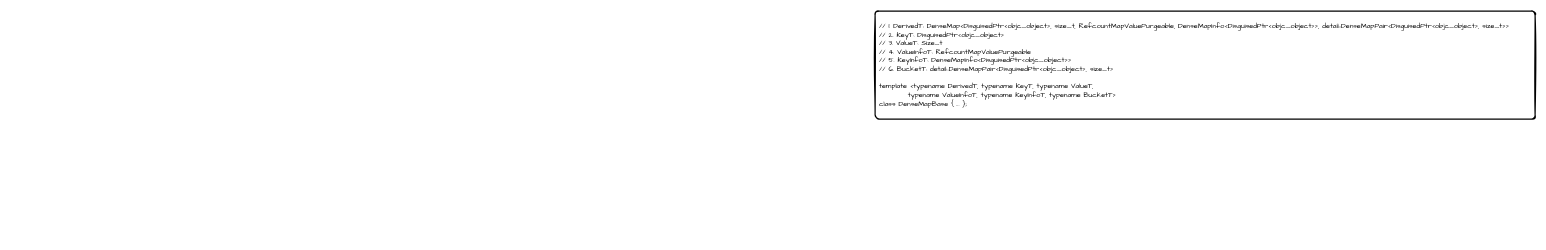
Before: Algorithm_C/Block/md/RefcountMap_DenseMapBase结构图.drawio in chm994483868/AlgorithmExample, a draw.io diagram. Source tidied: cells renumbered, new cells numbered last; positions are measured from the earlier drawing's top-left corner, leaving out a move shared by most shapes. Both pictures are drawn from the tidied source at 60%, with x=0, y=0 at pixel (875, 11).
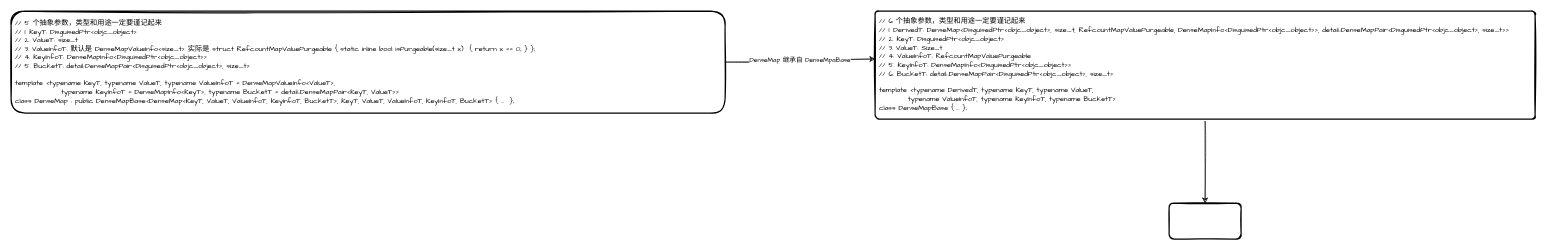
After the change.

What changed in the source:
```diff
@@
 <mxGraphModel>
   <root>
     <mxCell id="0" />
     <mxCell id="1" parent="0" />
+    <mxCell id="3" style="edgeStyle=orthogonalEdgeStyle;jettySize=auto;html=1;shadow=0;sketch=1;" parent="1" edge="1" source="2" target="4">
+      <mxGeometry relative="1" as="geometry" />
+    </mxCell>
-    <mxCell id="2" value="&lt;div&gt;&lt;span&gt;// 1. DerivedT: DenseMap&amp;lt;DisguisedPtr&amp;lt;objc_object&amp;gt;, size_t, RefcountMapValuePurgeable, DenseMapInfo&amp;lt;DisguisedPtr&amp;lt;objc_object&amp;gt;&amp;gt;, detail::DenseMapPair&amp;lt;DisguisedPtr&amp;lt;objc_object&amp;gt;, size_t&amp;gt;&amp;gt;&lt;/span&gt;&lt;br&gt;&lt;/div&gt;&lt;div&gt;// 2. KeyT: DisguisedPtr&amp;lt;objc_object&amp;gt;&lt;/div&gt;&lt;div&gt;// 3. ValueT: Size_t&lt;/div&gt;&lt;div&gt;// 4. ValueInfoT: RefcountMapValuePurgeable&lt;/div&gt;&lt;div&gt;// 5. KeyInfoT: DenseMapInfo&amp;lt;DisguisedPtr&amp;lt;objc_object&amp;gt;&amp;gt;&amp;nbsp;&lt;/div&gt;&lt;div&gt;// 6. BucketT: detail::DenseMapPair&amp;lt;DisguisedPtr&amp;lt;objc_object&amp;gt;, size_t&amp;gt;&lt;/div&gt;&lt;div&gt;&lt;br&gt;&lt;/div&gt;&lt;div&gt;template &amp;lt;typename DerivedT, typename KeyT, typename ValueT,&lt;/div&gt;&lt;div&gt;&amp;nbsp; &amp;nbsp; &amp;nbsp; &amp;nbsp; &amp;nbsp; typename ValueInfoT, typename KeyInfoT, typename BucketT&amp;gt;&lt;/div&gt;&lt;div&gt;class DenseMapBase { ... };&lt;/div&gt;" style="rounded=1;whiteSpace=wrap;html=1;absoluteArcSize=1;arcSize=14;strokeWidth=2;sketch=1;align=left;spacingLeft=5;fontFamily=Comic Sans MS;" parent="1" vertex="1">
+    <mxCell id="2" value="&lt;div&gt;&lt;span&gt;// 6 个抽象参数，类型和用途一定要谨记起来&lt;/span&gt;&lt;/div&gt;&lt;div&gt;&lt;span&gt;// 1. DerivedT: DenseMap&amp;lt;DisguisedPtr&amp;lt;objc_object&amp;gt;, size_t, RefcountMapValuePurgeable, DenseMapInfo&amp;lt;DisguisedPtr&amp;lt;objc_object&amp;gt;&amp;gt;, detail::DenseMapPair&amp;lt;DisguisedPtr&amp;lt;objc_object&amp;gt;, size_t&amp;gt;&amp;gt;&lt;/span&gt;&lt;br&gt;&lt;/div&gt;&lt;div&gt;// 2. KeyT: DisguisedPtr&amp;lt;objc_object&amp;gt;&lt;/div&gt;&lt;div&gt;// 3. ValueT: Size_t&lt;/div&gt;&lt;div&gt;// 4. ValueInfoT: RefcountMapValuePurgeable&lt;/div&gt;&lt;div&gt;// 5. KeyInfoT: DenseMapInfo&amp;lt;DisguisedPtr&amp;lt;objc_object&amp;gt;&amp;gt;&amp;nbsp;&lt;/div&gt;&lt;div&gt;// 6. BucketT: detail::DenseMapPair&amp;lt;DisguisedPtr&amp;lt;objc_object&amp;gt;, size_t&amp;gt;&lt;/div&gt;&lt;div&gt;&lt;br&gt;&lt;/div&gt;&lt;div&gt;template &amp;lt;typename DerivedT, typename KeyT, typename ValueT,&lt;/div&gt;&lt;div&gt;&amp;nbsp; &amp;nbsp; &amp;nbsp; &amp;nbsp; &amp;nbsp; typename ValueInfoT, typename KeyInfoT, typename BucketT&amp;gt;&lt;/div&gt;&lt;div&gt;class DenseMapBase { ... };&lt;/div&gt;" style="whiteSpace=wrap;html=1;absoluteArcSize=1;arcSize=14;strokeWidth=2;align=left;spacingLeft=5;fontFamily=Comic Sans MS;sketch=1;rounded=1;" parent="1" vertex="1">
       <mxGeometry width="1100" height="180" as="geometry" />
     </mxCell>
+    <mxCell id="4" style="whiteSpace=wrap;html=1;fontFamily=Comic Sans MS;align=left;strokeWidth=2;spacingLeft=5;arcSize=14;sketch=1;rounded=1;" parent="1" vertex="1">
+      <mxGeometry x="490" y="320" width="120" height="60" as="geometry" />
+    </mxCell>
+    <mxCell id="5" value="DenseMap 继承自 DenseMpaBase" style="edgeStyle=orthogonalEdgeStyle;jettySize=auto;html=1;entryX=0;entryY=0.444;entryDx=0;entryDy=0;entryPerimeter=0;sketch=1;fontFamily=Comic Sans MS;" parent="1" edge="1" source="6" target="2">
+      <mxGeometry relative="1" as="geometry" />
+    </mxCell>
+    <mxCell id="6" value="&lt;div&gt;// 5 个抽象参数，类型和用途一定要谨记起来&lt;/div&gt;&lt;div&gt;// 1. KeyT: DisguisedPtr&amp;lt;objc_object&amp;gt;&lt;/div&gt;&lt;div&gt;// 2. ValueT: size_t&lt;/div&gt;&lt;div&gt;// 3. ValueInfoT: 默认是 DenseMapValueInfo&amp;lt;size_t&amp;gt; 实际是 struct RefcountMapValuePurgeable { static inline bool isPurgeable(size_t x)&amp;nbsp; { return x == 0; } };&lt;/div&gt;&lt;div&gt;// 4. KeyInfoT: DenseMapInfo&amp;lt;DisguisedPtr&amp;lt;objc_object&amp;gt;&amp;gt;&lt;/div&gt;&lt;div&gt;// 5. BucketT: detail::DenseMapPair&amp;lt;DisguisedPtr&amp;lt;objc_object&amp;gt;, size_t&amp;gt;&lt;/div&gt;&lt;div&gt;&lt;br&gt;&lt;/div&gt;&lt;div&gt;template &amp;lt;typename KeyT, typename ValueT,&amp;nbsp;&lt;span&gt;typename ValueInfoT = DenseMapValueInfo&amp;lt;ValueT&amp;gt;,&amp;nbsp;&lt;/span&gt;&lt;/div&gt;&lt;div&gt;&lt;span&gt;&amp;nbsp; &amp;nbsp; &amp;nbsp; &amp;nbsp; &amp;nbsp; &amp;nbsp; &amp;nbsp; &amp;nbsp; typename KeyInfoT = DenseMapInfo&amp;lt;KeyT&amp;gt;,&amp;nbsp;&lt;/span&gt;&lt;span&gt;typename BucketT = detail::DenseMapPair&amp;lt;KeyT, ValueT&amp;gt;&amp;gt;&lt;/span&gt;&lt;/div&gt;&lt;div&gt;class DenseMap : public DenseMapBase&amp;lt;DenseMap&amp;lt;KeyT, ValueT, ValueInfoT, KeyInfoT, BucketT&amp;gt;,&amp;nbsp;&lt;span&gt;KeyT, ValueT, ValueInfoT, KeyInfoT, BucketT&amp;gt; { ...&amp;nbsp; };&lt;/span&gt;&lt;/div&gt;" style="whiteSpace=wrap;html=1;fontFamily=Comic Sans MS;align=left;strokeWidth=2;spacingLeft=5;arcSize=14;sketch=1;rounded=1;" parent="1" vertex="1">
+      <mxGeometry x="-1440" width="1190" height="170" as="geometry" />
+    </mxCell>
   </root>
 </mxGraphModel>
```
